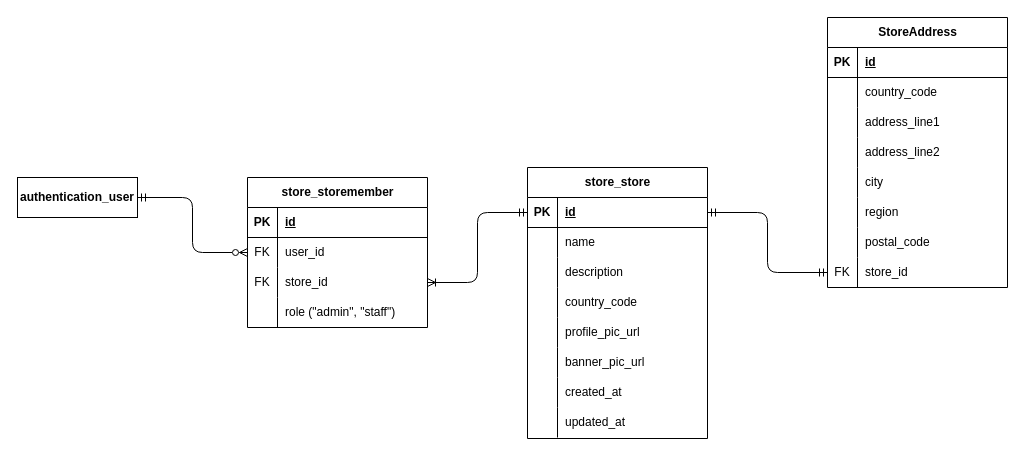
This is page "Store" (7 of 7) of diagrams/e-commerce-entity-relationship-diagram.drawio from RHILIUS/E-Commerce-Docs, a draw.io file, before an edit. Source tidied: cells renumbered, new cells numbered last; positions are measured from the earlier drawing's top-left corner, leaving out a move shared by most shapes. Both pictures are drawn from the tidied source at 100%, with x=0, y=0 at pixel (17, 17).
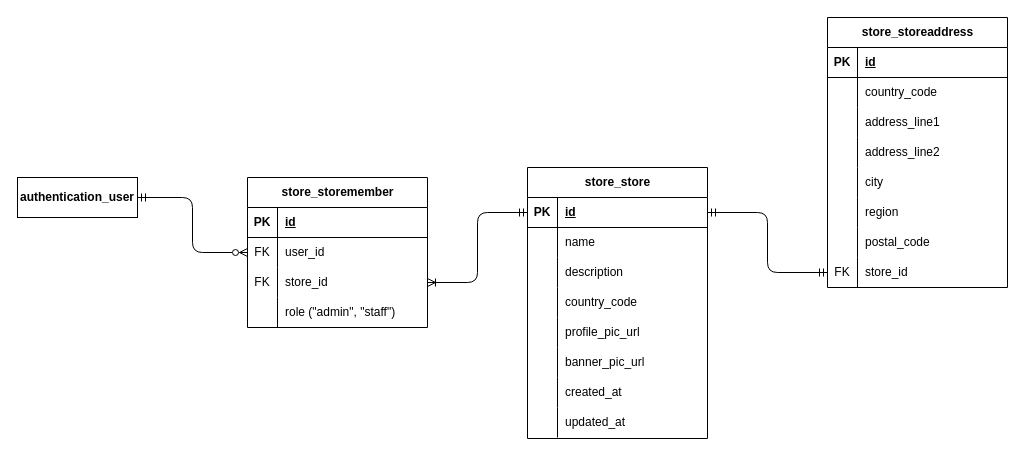
The same page after the edit.

What changed in the source:
```diff
@@
-    <mxCell id="27" value="StoreAddress" style="shape=table;startSize=30;childLayout=tableLayout;rowLines=0;fontStyle=1;align=center;html=1;" parent="1" vertex="1">
+    <mxCell id="27" value="store_storeaddress" style="shape=table;startSize=30;childLayout=tableLayout;rowLines=0;fontStyle=1;align=center;html=1;" parent="1" vertex="1">
       <mxGeometry x="810" width="180" height="270" as="geometry" />
     </mxCell>
```
